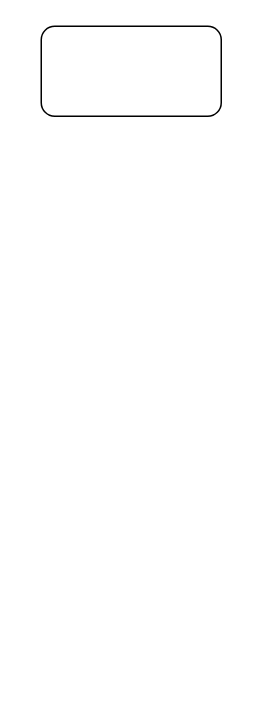
The draw.io diagram diagrama.drawio in GabsCastroN/conversor_temperatura, before the edit. Source tidied: cells renumbered, new cells numbered last; positions are measured from the earlier drawing's top-left corner, leaving out a move shared by most shapes. Both pictures are drawn from the tidied source at 150%, with x=0, y=0 at pixel (40, 26).
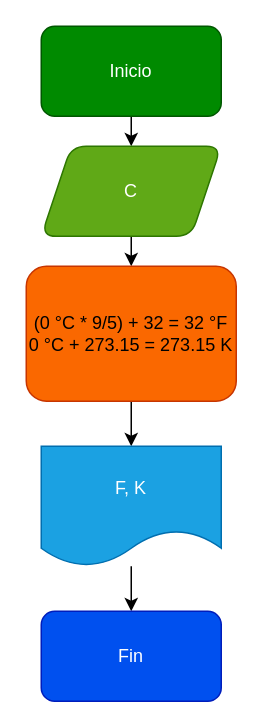
Above is the later version.

Commit message (it also covers changes not shown here):
Se creó el diagrama de flujo y se agregó al README

What changed in the source:
```diff
@@
 <mxGraphModel>
   <root>
     <mxCell id="0" />
     <mxCell id="1" parent="0" />
+    <mxCell id="3" style="edgeStyle=none;html=1;" parent="1" edge="1" source="2" target="5">
+      <mxGeometry relative="1" as="geometry" />
+    </mxCell>
-    <mxCell id="2" style="rounded=1;whiteSpace=wrap;html=1;" parent="1" vertex="1">
+    <mxCell id="2" value="Inicio" style="rounded=1;whiteSpace=wrap;html=1;fillColor=#008a00;fontColor=#ffffff;strokeColor=#005700;" parent="1" vertex="1">
       <mxGeometry width="120" height="60" as="geometry" />
     </mxCell>
+    <mxCell id="4" style="edgeStyle=none;html=1;" parent="1" edge="1" source="5" target="7">
+      <mxGeometry relative="1" as="geometry" />
+    </mxCell>
+    <mxCell id="5" value="C" style="shape=parallelogram;perimeter=parallelogramPerimeter;whiteSpace=wrap;html=1;fixedSize=1;rounded=1;fillColor=#60a917;fontColor=#ffffff;strokeColor=#2D7600;" parent="1" vertex="1">
+      <mxGeometry y="80" width="120" height="60" as="geometry" />
+    </mxCell>
+    <mxCell id="6" style="edgeStyle=none;html=1;" parent="1" edge="1" source="7" target="9">
+      <mxGeometry relative="1" as="geometry" />
+    </mxCell>
+    <mxCell id="7" value="(0 °C * 9/5) + 32 = 32 °F&lt;br&gt;0 °C + 273.15 = 273.15 K" style="rounded=1;whiteSpace=wrap;html=1;fillColor=#fa6800;fontColor=#000000;strokeColor=#C73500;" parent="1" vertex="1">
+      <mxGeometry x="-10" y="160" width="140" height="90" as="geometry" />
+    </mxCell>
+    <mxCell id="8" style="edgeStyle=none;html=1;" parent="1" edge="1" source="9" target="10">
+      <mxGeometry relative="1" as="geometry" />
+    </mxCell>
+    <mxCell id="9" value="F, K" style="shape=document;whiteSpace=wrap;html=1;boundedLbl=1;rounded=1;fillColor=#1ba1e2;fontColor=#ffffff;strokeColor=#006EAF;" parent="1" vertex="1">
+      <mxGeometry y="280" width="120" height="80" as="geometry" />
+    </mxCell>
+    <mxCell id="10" value="Fin&lt;br&gt;" style="whiteSpace=wrap;html=1;rounded=1;fillColor=#0050ef;fontColor=#ffffff;strokeColor=#001DBC;" parent="1" vertex="1">
+      <mxGeometry y="390" width="120" height="60" as="geometry" />
+    </mxCell>
   </root>
 </mxGraphModel>
```
